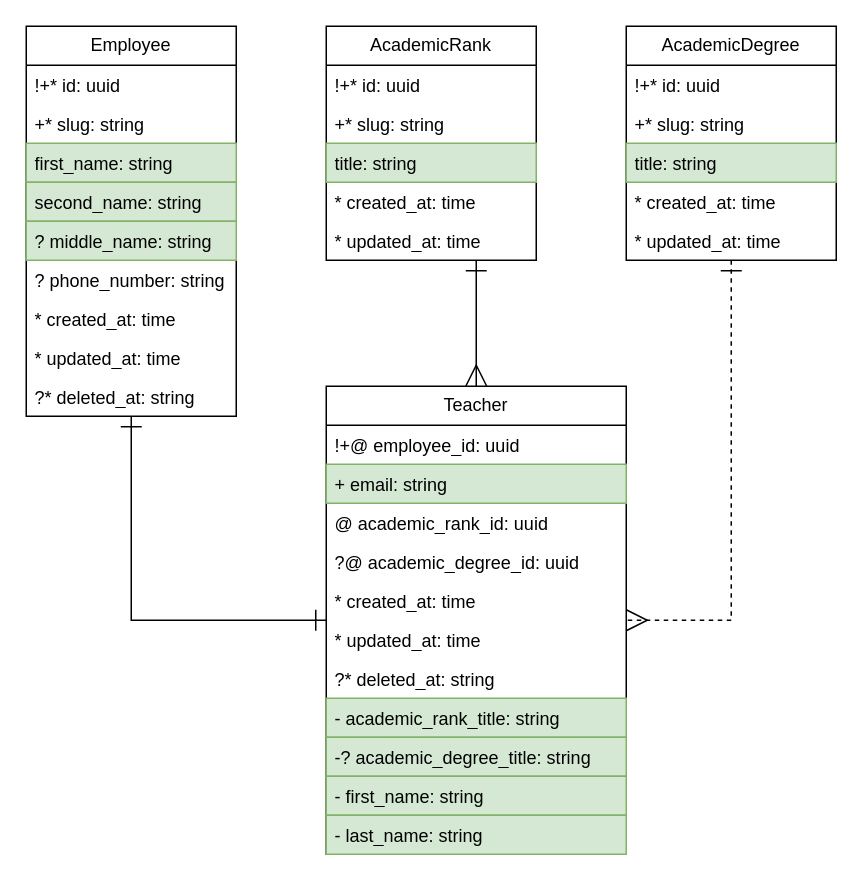
The draw.io diagram page "Employee" (4 of 6) of docs/entity_relationship.drawio in IrusHunter/duckademic, before the edit. Source tidied: cells renumbered, new cells numbered last; positions are measured from the earlier drawing's top-left corner, leaving out a move shared by most shapes. Both pictures are drawn from the tidied source at 150%, with x=0, y=0 at pixel (26, 26).
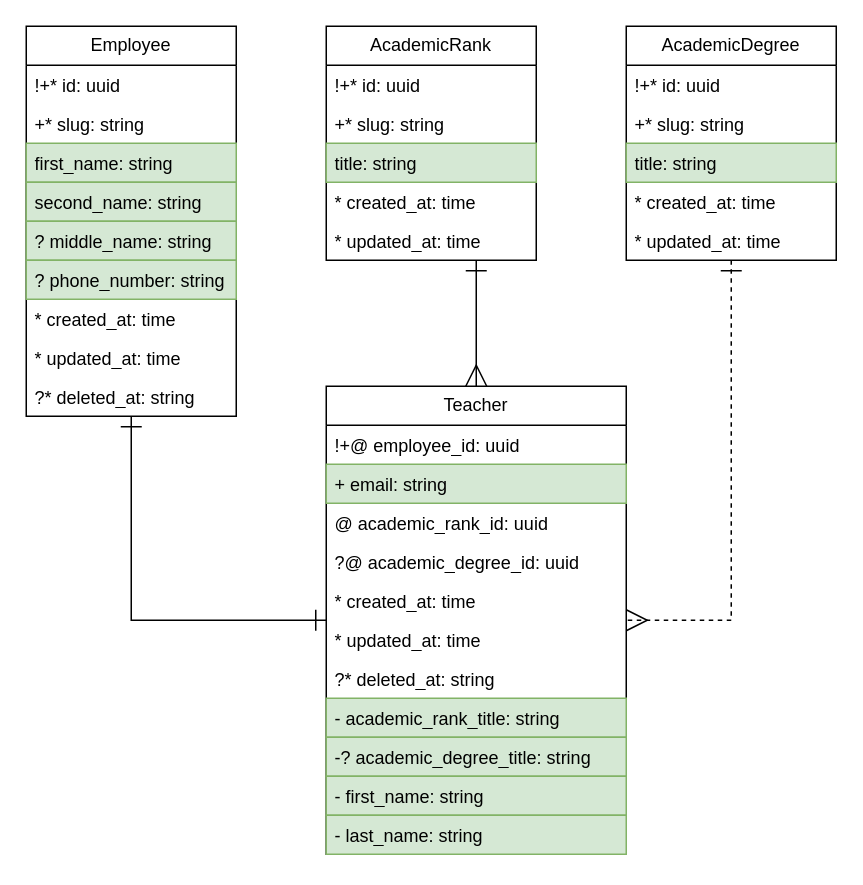
After the change.

The change refers to these unchanged cells:
```xml
<mxCell id="14" value="Employee" style="swimlane;fontStyle=0;horizontal=1;startSize=26;fillColor=none;whiteSpace=wrap;html=1;" parent="1" vertex="1">
  <mxGeometry width="140" height="260" as="geometry" />
</mxCell>
```

Change to the diagram source:
```diff
@@
-    <mxCell id="20" value="? phone_number: string" style="text;strokeColor=none;fillColor=none;align=left;verticalAlign=top;spacingLeft=4;spacingRight=4;overflow=hidden;whiteSpace=wrap;html=1;" parent="14" vertex="1">
+    <mxCell id="20" value="? phone_number: string" style="text;strokeColor=#82b366;fillColor=#d5e8d4;align=left;verticalAlign=top;spacingLeft=4;spacingRight=4;overflow=hidden;whiteSpace=wrap;html=1;" parent="14" vertex="1">
       <mxGeometry y="156" width="140" height="26" as="geometry" />
     </mxCell>
```
